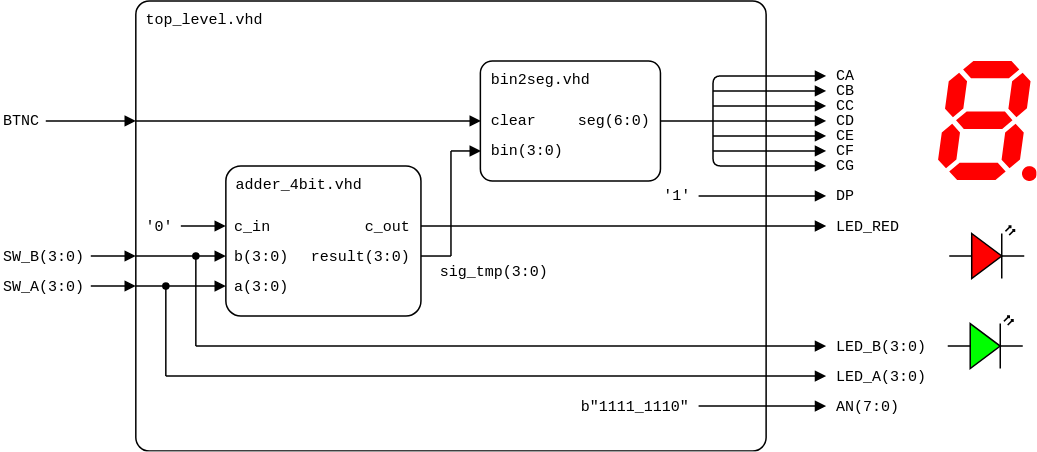
This is lab4-adder/images/top-level_structure.png from tomas-fryza/vhdl-course, a draw.io export, as it was before one commit. Source tidied: cells renumbered, new cells last; positions are measured from the earlier drawing's top-left corner, leaving out a move shared by most shapes.
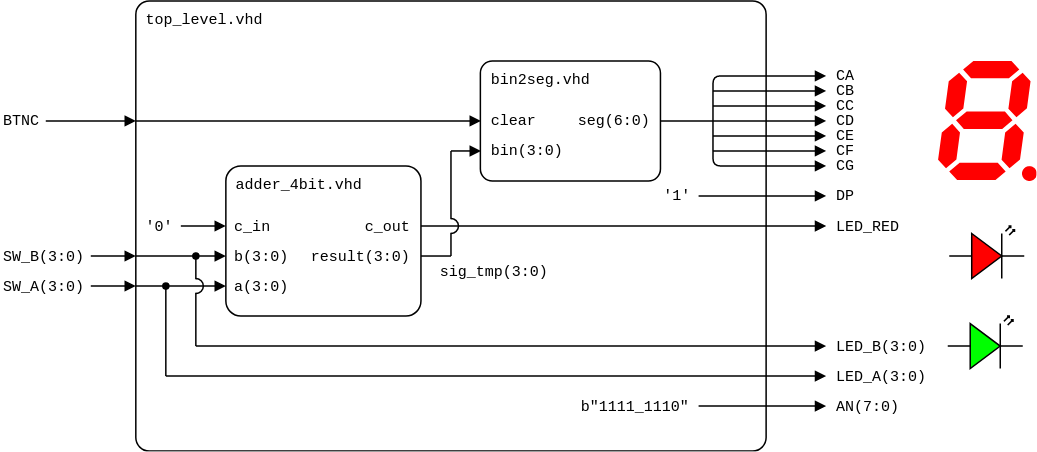
The same diagram one commit later.

Change to the diagram source:
```diff
@@ -38,7 +38,7 @@
     <mxCell id="9" style="endArrow=none;html=1;rounded=0;startArrow=oval;startFill=1;endSize=4;startSize=4;" parent="1" edge="1">
       <mxGeometry relative="1" as="geometry">
         <mxPoint x="130" y="170" as="sourcePoint" />
-        <mxPoint x="130" y="230" as="targetPoint" />
+        <mxPoint x="130" y="185.5" as="targetPoint" />
       </mxGeometry>
     </mxCell>
     <mxCell id="10" value="LED_B(3:0)" style="text;html=1;align=left;verticalAlign=middle;whiteSpace=wrap;rounded=0;fontFamily=Courier New;fontSize=10;fillOpacity=100;spacing=2;spacingLeft=5;" parent="1" vertex="1">
@@ -131,7 +131,7 @@
     <mxCell id="31" style="endArrow=none;html=1;rounded=0;startArrow=none;startFill=0;endSize=4;startSize=4;" parent="1" edge="1">
       <mxGeometry relative="1" as="geometry">
         <mxPoint x="300" y="100" as="sourcePoint" />
-        <mxPoint x="300" y="170" as="targetPoint" />
+        <mxPoint x="300" y="145.5" as="targetPoint" />
       </mxGeometry>
     </mxCell>
     <mxCell id="32" style="endArrow=none;html=1;rounded=0;endFill=0;endSize=5;startSize=5;" parent="1" edge="1">
@@ -269,5 +269,23 @@
     <mxCell id="61" value="'1'" style="text;html=1;align=left;verticalAlign=middle;whiteSpace=wrap;rounded=0;fontFamily=Courier New;fontSize=10;fillOpacity=100;spacing=2;spacingLeft=0;" parent="1" vertex="1">
       <mxGeometry x="439.6" y="120" width="25" height="20" as="geometry" />
     </mxCell>
+    <mxCell id="62" style="verticalLabelPosition=bottom;verticalAlign=top;html=1;shape=mxgraph.basic.arc;startAngle=0.75;endAngle=0.25;rotation=90;" parent="1" vertex="1">
+      <mxGeometry x="295" y="145" width="10" height="10" as="geometry" />
+    </mxCell>
+    <mxCell id="63" style="verticalLabelPosition=bottom;verticalAlign=top;html=1;shape=mxgraph.basic.arc;startAngle=0.75;endAngle=0.25;rotation=90;" parent="1" vertex="1">
+      <mxGeometry x="125" y="185" width="10" height="10" as="geometry" />
+    </mxCell>
+    <mxCell id="64" style="endArrow=none;html=1;rounded=0;startArrow=none;startFill=0;endSize=4;startSize=4;" parent="1" edge="1">
+      <mxGeometry relative="1" as="geometry">
+        <mxPoint x="130" y="194.5" as="sourcePoint" />
+        <mxPoint x="130" y="230" as="targetPoint" />
+      </mxGeometry>
+    </mxCell>
+    <mxCell id="65" style="endArrow=none;html=1;rounded=0;startArrow=none;startFill=0;endSize=4;startSize=4;" parent="1" edge="1">
+      <mxGeometry relative="1" as="geometry">
+        <mxPoint x="300" y="154.5" as="sourcePoint" />
+        <mxPoint x="300" y="170" as="targetPoint" />
+      </mxGeometry>
+    </mxCell>
   </root>
 </mxGraphModel>
```
